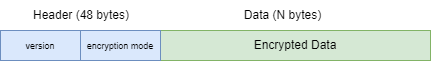
Earlier version of the draw.io export docs/report/images/vmve_file_structure.png (ZOulhadj/vmve). Source tidied: cells renumbered, new cells last; positions are measured from the earlier drawing's top-left corner, leaving out a move shared by most shapes. The source it was exported from:
```xml
<mxGraphModel>
  <root>
    <mxCell id="0" />
    <mxCell id="1" parent="0" />
    <mxCell id="2" style="rounded=0;whiteSpace=wrap;html=1;" parent="1" vertex="1">
      <mxGeometry y="30" width="160" height="30" as="geometry" />
    </mxCell>
    <mxCell id="3" value="Encrypted Data" style="rounded=0;whiteSpace=wrap;html=1;fillColor=#d5e8d4;strokeColor=#82b366;" parent="1" vertex="1">
      <mxGeometry x="160" y="30" width="270" height="30" as="geometry" />
    </mxCell>
    <mxCell id="4" value="Data (N bytes)" style="text;html=1;strokeColor=none;fillColor=none;align=center;verticalAlign=middle;whiteSpace=wrap;rounded=0;" parent="1" vertex="1">
      <mxGeometry x="225" width="115" height="30" as="geometry" />
    </mxCell>
    <mxCell id="5" value="Header (48 bytes)" style="text;html=1;strokeColor=none;fillColor=none;align=center;verticalAlign=middle;whiteSpace=wrap;rounded=0;" parent="1" vertex="1">
      <mxGeometry x="31.2" width="100" height="30" as="geometry" />
    </mxCell>
    <mxCell id="6" value="&lt;font style=&quot;font-size: 9px;&quot;&gt;version&lt;/font&gt;" style="text;html=1;strokeColor=#6c8ebf;fillColor=#dae8fc;align=center;verticalAlign=middle;whiteSpace=wrap;rounded=0;shadow=0;" parent="1" vertex="1">
      <mxGeometry y="30" width="80" height="30" as="geometry" />
    </mxCell>
    <mxCell id="7" value="&lt;font style=&quot;font-size: 9px;&quot;&gt;encryption mode&lt;/font&gt;" style="text;html=1;strokeColor=#6c8ebf;fillColor=#dae8fc;align=center;verticalAlign=middle;whiteSpace=wrap;rounded=0;" parent="1" vertex="1">
      <mxGeometry x="80" y="30" width="80" height="30" as="geometry" />
    </mxCell>
  </root>
</mxGraphModel>
```
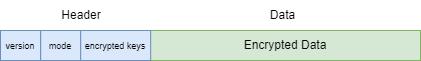
The same diagram one commit later.

Change to the diagram source:
```diff
@@ -6,19 +6,22 @@
       <mxGeometry y="30" width="160" height="30" as="geometry" />
     </mxCell>
     <mxCell id="3" value="Encrypted Data" style="rounded=0;whiteSpace=wrap;html=1;fillColor=#d5e8d4;strokeColor=#82b366;" parent="1" vertex="1">
-      <mxGeometry x="160" y="30" width="270" height="30" as="geometry" />
+      <mxGeometry x="150" y="30" width="270" height="30" as="geometry" />
     </mxCell>
-    <mxCell id="4" value="Data (N bytes)" style="text;html=1;strokeColor=none;fillColor=none;align=center;verticalAlign=middle;whiteSpace=wrap;rounded=0;" parent="1" vertex="1">
+    <mxCell id="4" value="Data" style="text;html=1;strokeColor=none;fillColor=none;align=center;verticalAlign=middle;whiteSpace=wrap;rounded=0;" parent="1" vertex="1">
       <mxGeometry x="225" width="115" height="30" as="geometry" />
     </mxCell>
-    <mxCell id="5" value="Header (48 bytes)" style="text;html=1;strokeColor=none;fillColor=none;align=center;verticalAlign=middle;whiteSpace=wrap;rounded=0;" parent="1" vertex="1">
+    <mxCell id="5" value="Header" style="text;html=1;strokeColor=none;fillColor=none;align=center;verticalAlign=middle;whiteSpace=wrap;rounded=0;" parent="1" vertex="1">
       <mxGeometry x="31.2" width="100" height="30" as="geometry" />
     </mxCell>
     <mxCell id="6" value="&lt;font style=&quot;font-size: 9px;&quot;&gt;version&lt;/font&gt;" style="text;html=1;strokeColor=#6c8ebf;fillColor=#dae8fc;align=center;verticalAlign=middle;whiteSpace=wrap;rounded=0;shadow=0;" parent="1" vertex="1">
-      <mxGeometry y="30" width="80" height="30" as="geometry" />
+      <mxGeometry y="30" width="40" height="30" as="geometry" />
     </mxCell>
-    <mxCell id="7" value="&lt;font style=&quot;font-size: 9px;&quot;&gt;encryption mode&lt;/font&gt;" style="text;html=1;strokeColor=#6c8ebf;fillColor=#dae8fc;align=center;verticalAlign=middle;whiteSpace=wrap;rounded=0;" parent="1" vertex="1">
-      <mxGeometry x="80" y="30" width="80" height="30" as="geometry" />
+    <mxCell id="7" value="&lt;font style=&quot;font-size: 9px;&quot;&gt;mode&lt;/font&gt;" style="text;html=1;strokeColor=#6c8ebf;fillColor=#dae8fc;align=center;verticalAlign=middle;whiteSpace=wrap;rounded=0;" parent="1" vertex="1">
+      <mxGeometry x="40.2" y="30" width="40" height="30" as="geometry" />
     </mxCell>
+    <mxCell id="8" value="&lt;font style=&quot;font-size: 9px;&quot;&gt;encrypted keys&lt;/font&gt;" style="text;html=1;strokeColor=#6c8ebf;fillColor=#dae8fc;align=center;verticalAlign=middle;whiteSpace=wrap;rounded=0;shadow=0;" parent="1" vertex="1">
+      <mxGeometry x="80.2" y="30" width="70" height="30" as="geometry" />
+    </mxCell>
   </root>
 </mxGraphModel>
```
